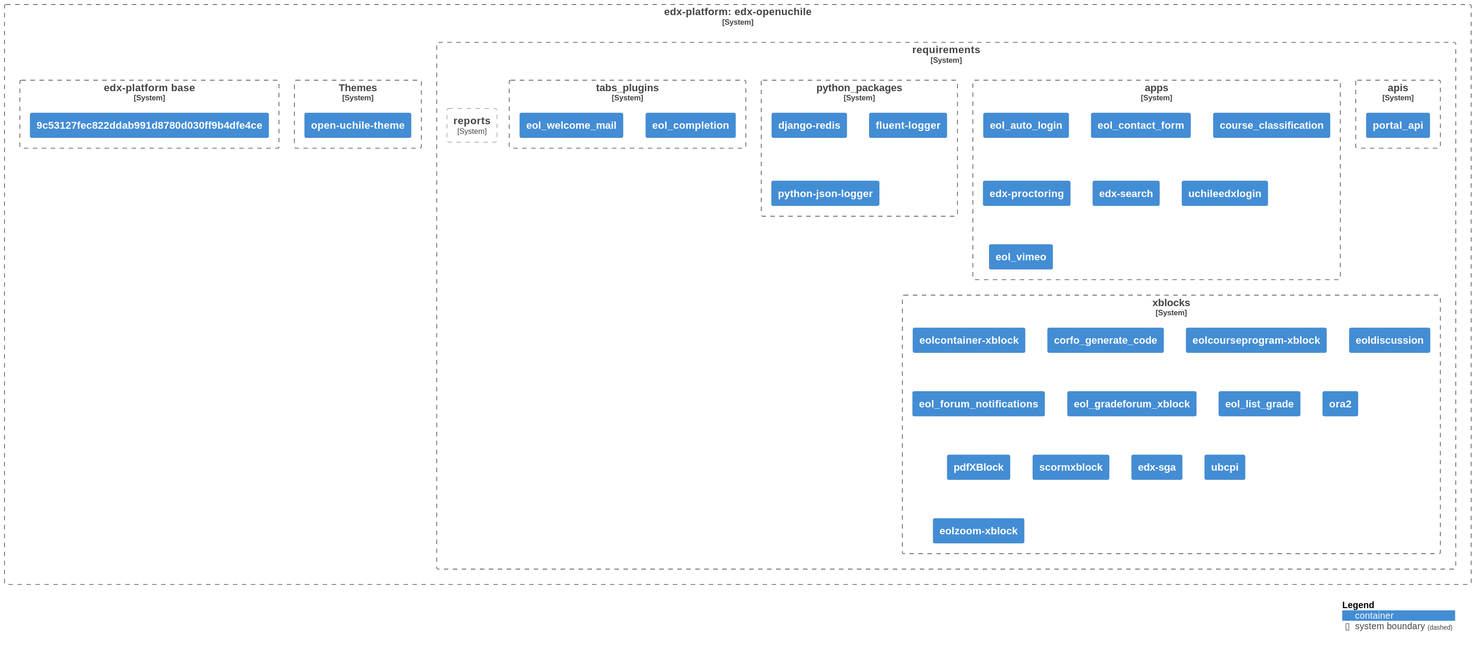
Before: diagrams/diagram.svg, a diagram exported from PlantUML (eol-uchile/edx-openuchile). Its diagram source:
```plantuml
@startuml
!define C4Container https://raw.githubusercontent.com/plantuml-stdlib/C4-PlantUML/master/C4_Container.puml
!include C4Container

skinparam svgLinkTarget foo

System_Boundary(c1, "edx-platform: edx-openuchile", $link="https://github.com/open-uchile/edx-openuchile") {
    System_Boundary(c2, "requirements", $link="https://github.com/open-uchile/edx-openuchile/blob/main/requirements/") {

            System_Boundary(apis, "apis", $link="https://github.com/open-uchile/edx-openuchile/blob/main/requirements/apis.txt") {

                Container(apis1, "portal_api", $link="https://github.com/open-uchile/portal_api")

            }

            System_Boundary(apps, "apps", $link="https://github.com/open-uchile/edx-openuchile/blob/main/requirements/apps.txt") {

                Container(apps1, "eol_auto_login", $link="https://github.com/eol-uchile/eol_auto_login")

                Container(apps2, "eol_contact_form", $link="https://github.com/open-uchile/eol_contact_form")

                Container(apps3, "course_classification", $link="https://github.com/eol-uchile/course_classification")

                Container(apps4, "edx-proctoring", $link="https://github.com/open-uchile/edx-proctoring")

                Container(apps5, "edx-search", $link="https://github.com/eol-uchile/edx-search")

                Container(apps6, "uchileedxlogin", $link="https://github.com/open-uchile/uchileedxlogin")

                Container(apps7, "eol_vimeo", $link="https://github.com/open-uchile/eol_vimeo")

            }

            System_Boundary(python_packages, "python_packages", $link="https://github.com/open-uchile/edx-openuchile/blob/main/requirements/python_packages.txt") {

                Container(python_packages1, "django-redis")

                Container(python_packages2, "fluent-logger")

                Container(python_packages3, "python-json-logger")

            }

            System_Boundary(reports, "reports", $link="https://github.com/open-uchile/edx-openuchile/blob/main/requirements/reports.txt") {

            }

            System_Boundary(tabs_plugins, "tabs_plugins", $link="https://github.com/open-uchile/edx-openuchile/blob/main/requirements/tabs_plugins.txt") {

                Container(tabs_plugins1, "eol_completion", $link="https://github.com/eol-uchile/eol_completion")

                Container(tabs_plugins2, "eol_welcome_mail", $link="https://github.com/eol-uchile/eol_welcome_mail")

            }

            System_Boundary(xblocks, "xblocks", $link="https://github.com/open-uchile/edx-openuchile/blob/main/requirements/xblocks.txt") {

                Container(xblocks1, "eolcontainer-xblock", $link="https://github.com/eol-uchile/eol-container-xblock.git")

                Container(xblocks2, "corfo_generate_code", $link="https://github.com/eol-uchile/corfo_generate_code")

                Container(xblocks3, "eolcourseprogram-xblock", $link="https://github.com/eol-uchile/eol-course-program-xblock")

                Container(xblocks4, "eoldiscussion", $link="https://github.com/eol-uchile/eol_xblock_discussion")

                Container(xblocks5, "eol_forum_notifications", $link="https://github.com/eol-uchile/eol_forum_notifications")

                Container(xblocks6, "eol_gradeforum_xblock", $link="https://github.com/eol-uchile/eol_gradeforum_xblock")

                Container(xblocks7, "eol_list_grade", $link="https://github.com/eol-uchile/eol_list_grade")

                Container(xblocks8, "ora2", $link="https://github.com/eol-uchile/edx-ora2.git")

                Container(xblocks9, "pdfXBlock", $link="https://github.com/open-uchile/pdfXBlock")

                Container(xblocks10, "scormxblock", $link="https://github.com/eol-uchile/edx_xblock_scorm")

                Container(xblocks11, "edx-sga", $link="https://github.com/eol-uchile/edx-sga")

                Container(xblocks12, "ubcpi", $link="https://github.com/eol-uchile/ubcpi")

                Container(xblocks13, "eolzoom-xblock", $link="https://github.com/eol-uchile/eol-zoom-xblock")

            }

    }

    System_Boundary(theme, "Themes", $link="https://github.com/open-uchile/edx-openuchile/blob/main/themes/") {

            Container(theme1, "open-uchile-theme", $link="https://github.com/open-uchile/open-uchile-theme")

    }

    System_Boundary(dockerfile, "edx-platform base", $link="https://github.com/open-uchile/edx-openuchile/blob/main/Dockerfile") {
            Container(dk, "9c53127fec822ddab991d8780d030ff9b4dfe4ce", $link="https://ghcr.io/open-uchile/edx-platform:9c53127fec822ddab991d8780d030ff9b4dfe4ce")
    }
}

SHOW_LEGEND()
@enduml
```
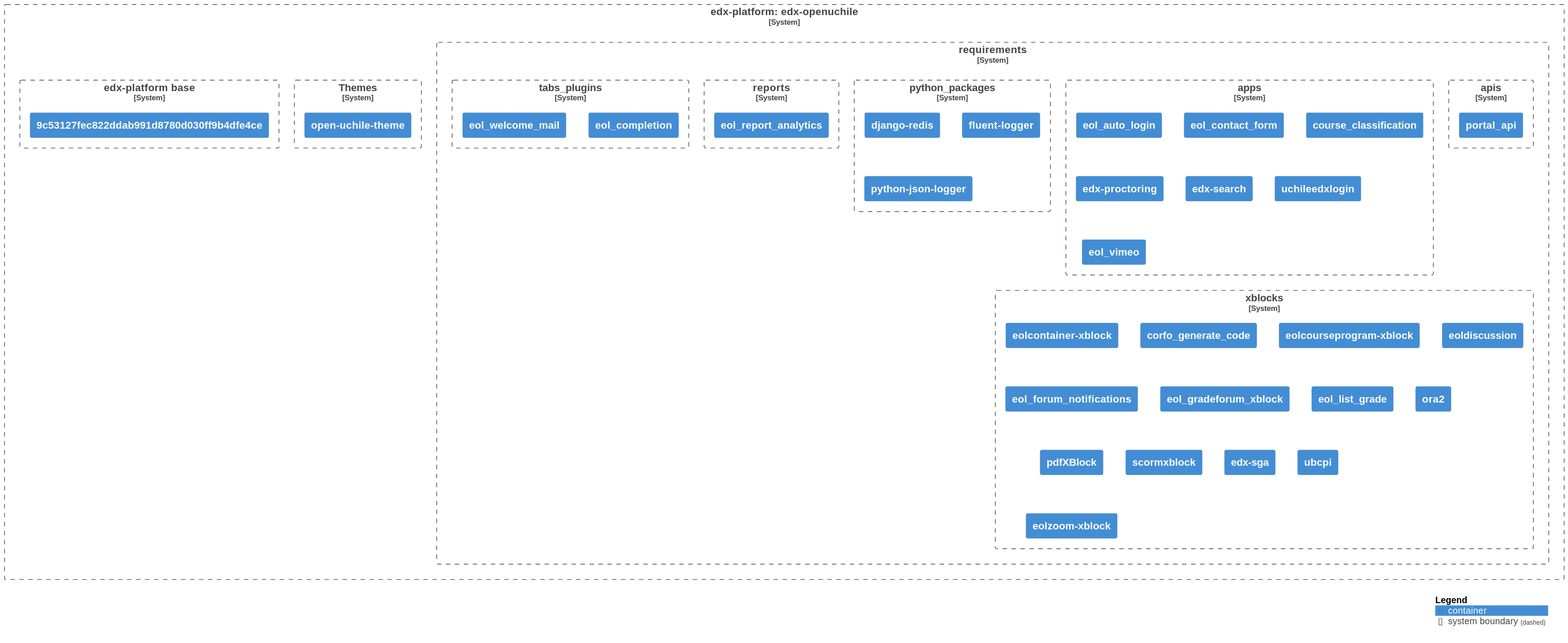
Above is the later version.

Commit message:
Auto-generate UML diagram

Change to the diagram source:
```diff
@@ -42,6 +42,8 @@
             }
 
             System_Boundary(reports, "reports", $link="https://github.com/open-uchile/edx-openuchile/blob/main/requirements/reports.txt") {
+
+                Container(reports1, "eol_report_analytics", $link="https://github.com/eol-uchile/eol_report_analytics")
 
             }
 
```
